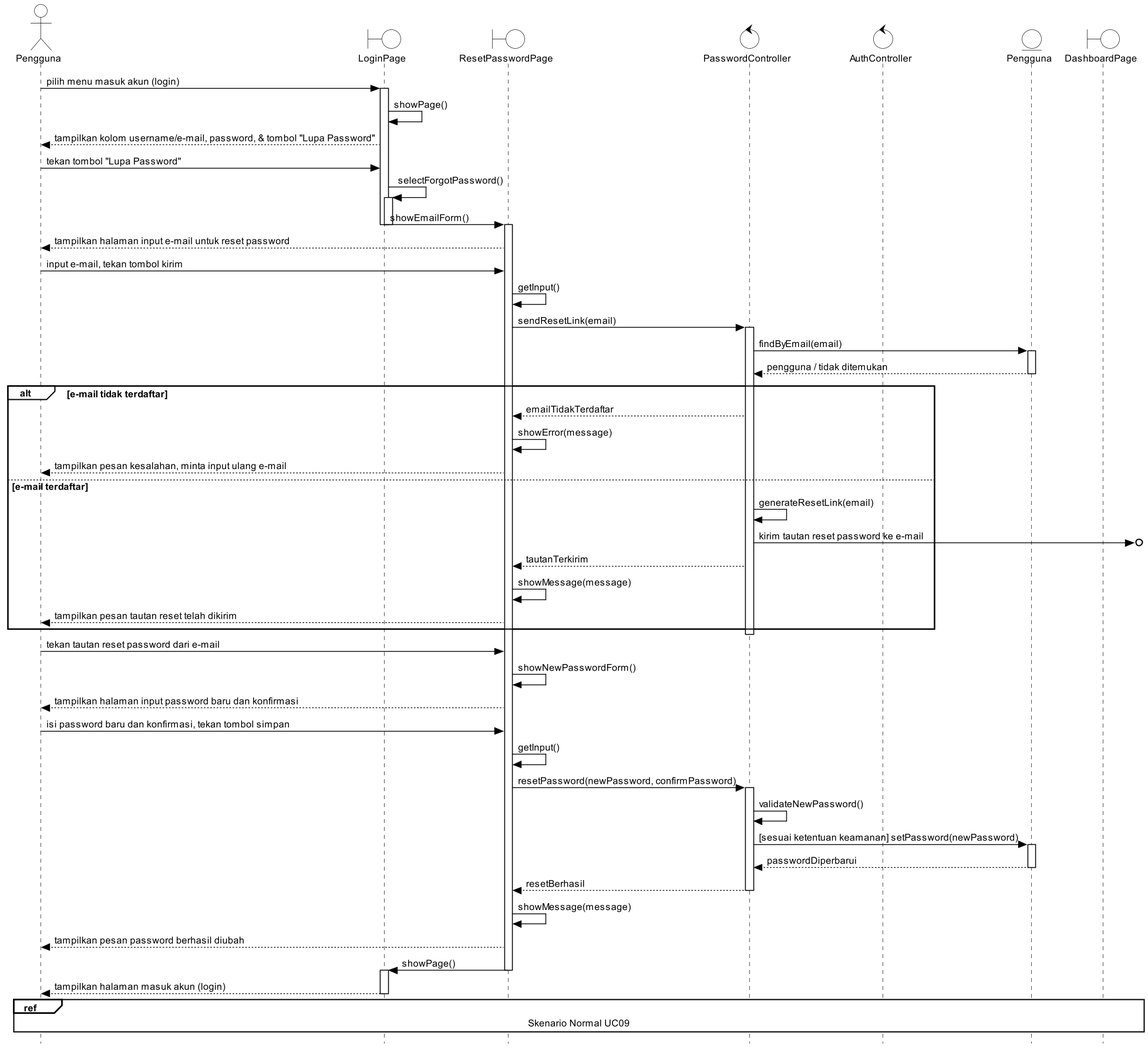
This is docs/M7/assets/diagram/SD_UC09_alt3.png from cynthiawinda/IF2150-RPL-K03-G04, a PlantUML export, as it was before one commit. Source of this version:
```plantuml
@startuml UC09_Alt3_LupaPassword
skinparam style strictuml
skinparam sequenceMessageAlign left
skinparam responseMessageBelowArrow true
skinparam shadowing false
skinparam defaultFontSize 12
skinparam dpi 130
skinparam backgroundColor white
skinparam ActorBackgroundColor white
skinparam ActorBorderColor black
skinparam BoundaryBackgroundColor white
skinparam BoundaryBorderColor black
skinparam ControlBackgroundColor white
skinparam ControlBorderColor black
skinparam EntityBackgroundColor white
skinparam EntityBorderColor black
skinparam ParticipantBackgroundColor white
skinparam SequenceLifeLineBackgroundColor white
skinparam SequenceLifeLineBorderColor black
skinparam SequenceReferenceBackgroundColor white
skinparam SequenceReferenceHeaderBackgroundColor white
skinparam SequenceGroupBackgroundColor white
skinparam ArrowColor black
hide footbox

actor "Pengguna" as User
boundary "LoginPage" as LP
boundary "ResetPasswordPage" as RP
control "PasswordController" as PC
control "AuthController" as AC
entity "Pengguna" as P
boundary "DashboardPage" as DP

User -> LP : pilih menu masuk akun (login)
activate LP
LP -> LP : showPage()
LP --> User : tampilkan kolom username/e-mail, password, & tombol "Lupa Password"
User -> LP : tekan tombol "Lupa Password"
LP -> LP ++ : selectForgotPassword()
LP -> RP : showEmailForm()
deactivate LP
deactivate LP
activate RP
RP --> User : tampilkan halaman input e-mail untuk reset password
User -> RP : input e-mail, tekan tombol kirim
RP -> RP : getInput()
RP -> PC : sendResetLink(email)
activate PC
PC -> P : findByEmail(email)
activate P
P --> PC : pengguna / tidak ditemukan
deactivate P
alt e-mail tidak terdaftar
PC --> RP : emailTidakTerdaftar
RP -> RP : showError(message)
RP --> User : tampilkan pesan kesalahan, minta input ulang e-mail
else e-mail terdaftar
PC -> PC : generateResetLink(email)
PC ->o] : kirim tautan reset password ke e-mail
PC --> RP : tautanTerkirim
RP -> RP : showMessage(message)
RP --> User : tampilkan pesan tautan reset telah dikirim
end
deactivate PC
User -> RP : tekan tautan reset password dari e-mail
RP -> RP : showNewPasswordForm()
RP --> User : tampilkan halaman input password baru dan konfirmasi
User -> RP : isi password baru dan konfirmasi, tekan tombol simpan
RP -> RP : getInput()
RP -> PC : resetPassword(newPassword, confirmPassword)
activate PC
PC -> PC : validateNewPassword()
PC -> P : [sesuai ketentuan keamanan] setPassword(newPassword)
activate P
P --> PC : passwordDiperbarui
deactivate P
PC --> RP : resetBerhasil
deactivate PC
RP -> RP : showMessage(message)
RP --> User : tampilkan pesan password berhasil diubah
RP -> LP : showPage()
deactivate RP
activate LP
LP --> User : tampilkan halaman masuk akun (login)
ref over User, DP : Skenario Normal UC09
deactivate LP
@enduml
```
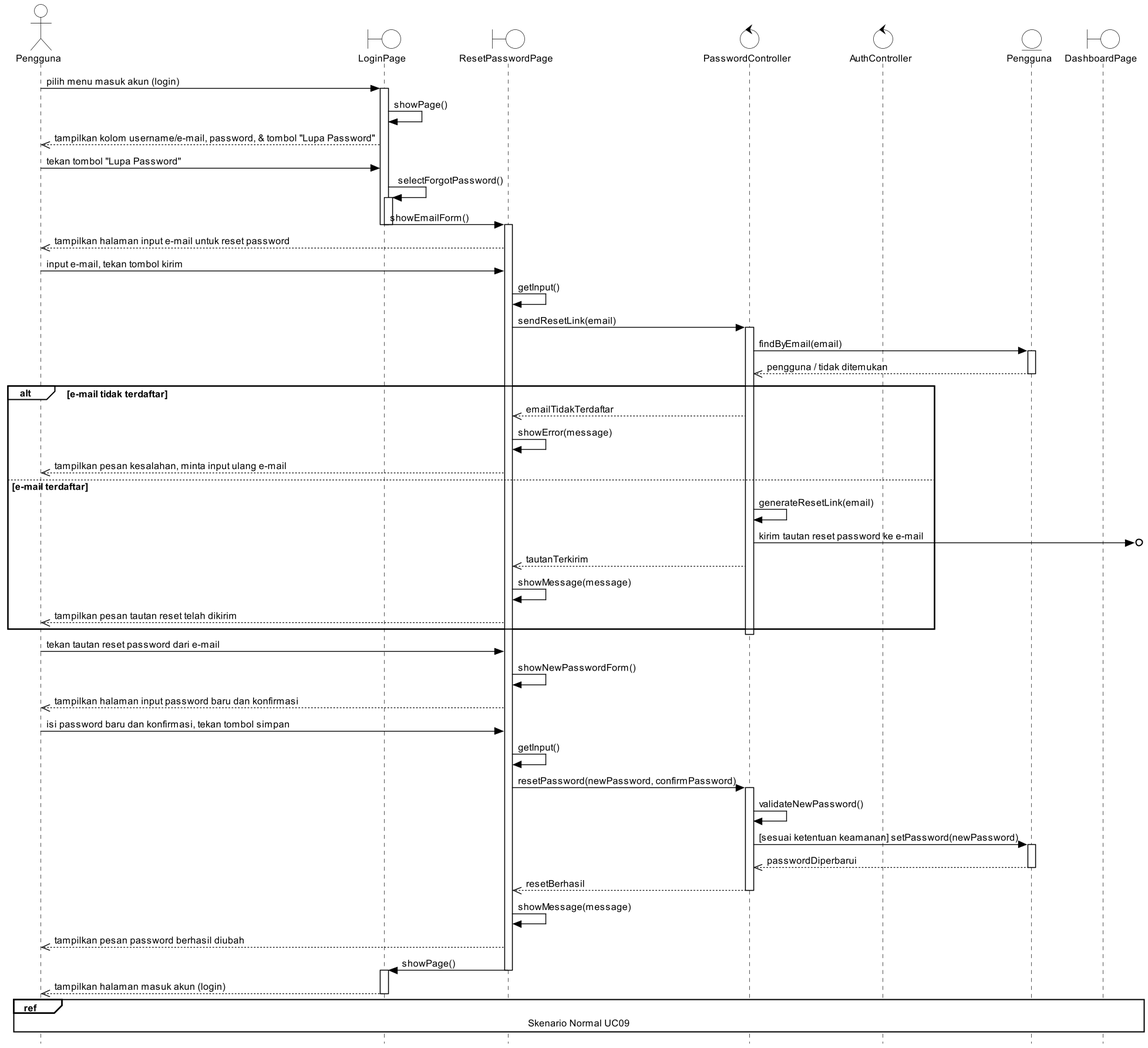
Above is the later version.

Diff of the diagram source:
```diff
@@ -34,37 +34,37 @@
 User -> LP : pilih menu masuk akun (login)
 activate LP
 LP -> LP : showPage()
-LP --> User : tampilkan kolom username/e-mail, password, & tombol "Lupa Password"
+LP -->> User : tampilkan kolom username/e-mail, password, & tombol "Lupa Password"
 User -> LP : tekan tombol "Lupa Password"
 LP -> LP ++ : selectForgotPassword()
 LP -> RP : showEmailForm()
 deactivate LP
 deactivate LP
 activate RP
-RP --> User : tampilkan halaman input e-mail untuk reset password
+RP -->> User : tampilkan halaman input e-mail untuk reset password
 User -> RP : input e-mail, tekan tombol kirim
 RP -> RP : getInput()
 RP -> PC : sendResetLink(email)
 activate PC
 PC -> P : findByEmail(email)
 activate P
-P --> PC : pengguna / tidak ditemukan
+P -->> PC : pengguna / tidak ditemukan
 deactivate P
 alt e-mail tidak terdaftar
-PC --> RP : emailTidakTerdaftar
+PC -->> RP : emailTidakTerdaftar
 RP -> RP : showError(message)
-RP --> User : tampilkan pesan kesalahan, minta input ulang e-mail
+RP -->> User : tampilkan pesan kesalahan, minta input ulang e-mail
 else e-mail terdaftar
 PC -> PC : generateResetLink(email)
 PC ->o] : kirim tautan reset password ke e-mail
-PC --> RP : tautanTerkirim
+PC -->> RP : tautanTerkirim
 RP -> RP : showMessage(message)
-RP --> User : tampilkan pesan tautan reset telah dikirim
+RP -->> User : tampilkan pesan tautan reset telah dikirim
 end
 deactivate PC
 User -> RP : tekan tautan reset password dari e-mail
 RP -> RP : showNewPasswordForm()
-RP --> User : tampilkan halaman input password baru dan konfirmasi
+RP -->> User : tampilkan halaman input password baru dan konfirmasi
 User -> RP : isi password baru dan konfirmasi, tekan tombol simpan
 RP -> RP : getInput()
 RP -> PC : resetPassword(newPassword, confirmPassword)
@@ -72,16 +72,16 @@
 PC -> PC : validateNewPassword()
 PC -> P : [sesuai ketentuan keamanan] setPassword(newPassword)
 activate P
-P --> PC : passwordDiperbarui
+P -->> PC : passwordDiperbarui
 deactivate P
-PC --> RP : resetBerhasil
+PC -->> RP : resetBerhasil
 deactivate PC
 RP -> RP : showMessage(message)
-RP --> User : tampilkan pesan password berhasil diubah
+RP -->> User : tampilkan pesan password berhasil diubah
 RP -> LP : showPage()
 deactivate RP
 activate LP
-LP --> User : tampilkan halaman masuk akun (login)
+LP -->> User : tampilkan halaman masuk akun (login)
 ref over User, DP : Skenario Normal UC09
 deactivate LP
 @enduml
```
